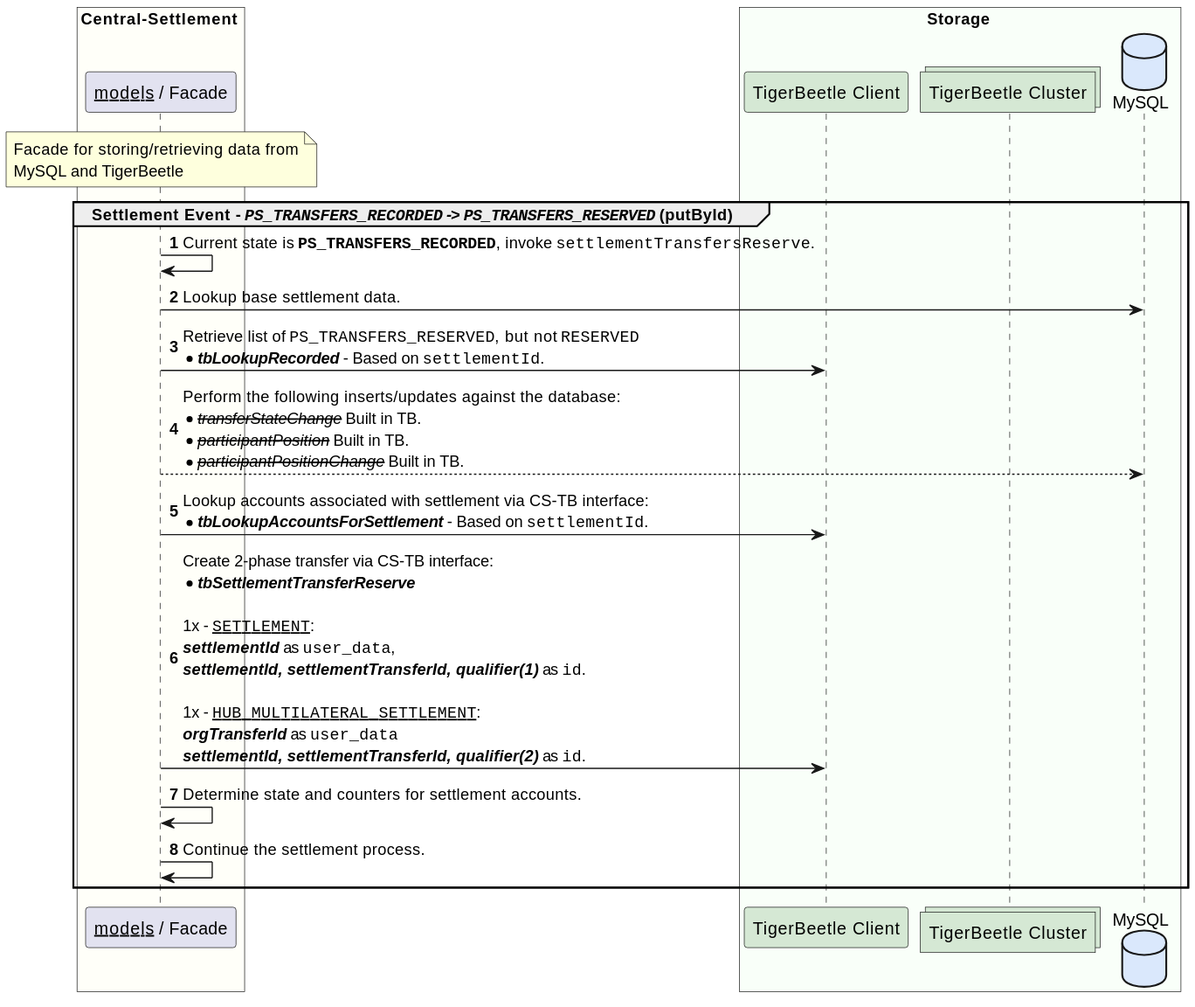
coilhq/mucoa keeps this PlantUML diagram as solution_design/sequence-settlement-tb-enabled-update-by-id-02.svg. Above is the earlier version. Source of this version:
```plantuml
@startuml

box Central-Settlement #FFFFF9
    participant "__models__ / Facade" as cs_facade

    note over cs_facade
        Facade for storing/retrieving data from
        MySQL and TigerBeetle
    end note
end box

box Storage #F9FFF9
	participant "TigerBeetle Client" as tb_client #D5E8D4
	collections "TigerBeetle Cluster" as tb_nodes #D5E8D4
	database "MySQL" as cl_db #DAE8FC
end box

autonumber
group Settlement Event - //""PS_TRANSFERS_RECORDED"" -> ""PS_TRANSFERS_RESERVED""// (putById)
    cs_facade -> cs_facade : Current state is **""PS_TRANSFERS_RECORDED""**, invoke ""settlementTransfersReserve"".
    cs_facade -> cl_db : Lookup base settlement data.
    cs_facade -> tb_client : Retrieve list of ""PS_TRANSFERS_RESERVED"", but not ""RESERVED""\n*//**tbLookupRecorded**// - Based on ""settlementId"".
    cs_facade --> cl_db : Perform the following inserts/updates against the database:\n*--//transferStateChange//-- Built in TB.\n*--//participantPosition//-- Built in TB.\n*--//participantPositionChange//-- Built in TB.
    cs_facade -> tb_client : Lookup accounts associated with settlement via CS-TB interface:\n*//**tbLookupAccountsForSettlement**// - Based on ""settlementId"".
    cs_facade -> tb_client : Create 2-phase transfer via CS-TB interface:\n*//**tbSettlementTransferReserve**//\n\n1x - __""SETTLEMENT""__:\n**//settlementId//** as ""user_data"", \n**//settlementId, settlementTransferId, qualifier(1)//** as ""id"".\n\n1x - __""HUB_MULTILATERAL_SETTLEMENT""__:\n**//orgTransferId//** as ""user_data""\n**//settlementId, settlementTransferId, qualifier(2)//** as ""id"".
    cs_facade -> cs_facade : Determine state and counters for settlement accounts.
    cs_facade -> cs_facade : Continue the settlement process.
end

@enduml
```
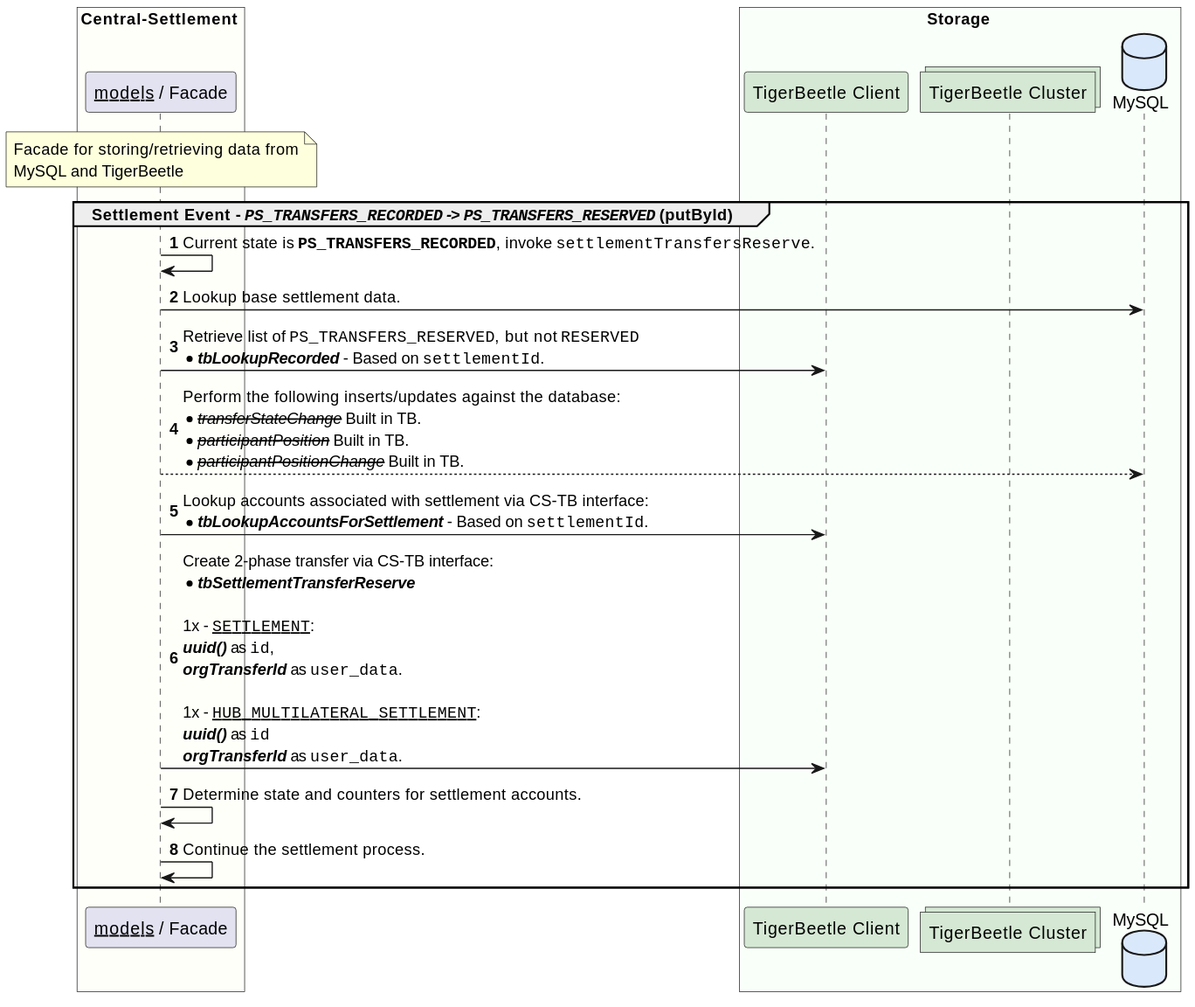
After the change.

Commit message:
Updated sequence diagrams for settlement. Each of the 3 states completed.

What changed in the source:
```diff
@@ -22,7 +22,7 @@
     cs_facade -> tb_client : Retrieve list of ""PS_TRANSFERS_RESERVED"", but not ""RESERVED""\n*//**tbLookupRecorded**// - Based on ""settlementId"".
     cs_facade --> cl_db : Perform the following inserts/updates against the database:\n*--//transferStateChange//-- Built in TB.\n*--//participantPosition//-- Built in TB.\n*--//participantPositionChange//-- Built in TB.
     cs_facade -> tb_client : Lookup accounts associated with settlement via CS-TB interface:\n*//**tbLookupAccountsForSettlement**// - Based on ""settlementId"".
-    cs_facade -> tb_client : Create 2-phase transfer via CS-TB interface:\n*//**tbSettlementTransferReserve**//\n\n1x - __""SETTLEMENT""__:\n**//settlementId//** as ""user_data"", \n**//settlementId, settlementTransferId, qualifier(1)//** as ""id"".\n\n1x - __""HUB_MULTILATERAL_SETTLEMENT""__:\n**//orgTransferId//** as ""user_data""\n**//settlementId, settlementTransferId, qualifier(2)//** as ""id"".
+    cs_facade -> tb_client : Create 2-phase transfer via CS-TB interface:\n*//**tbSettlementTransferReserve**//\n\n1x - __""SETTLEMENT""__:\n**//uuid()//** as ""id"",\n**//orgTransferId//** as ""user_data"".\n\n1x - __""HUB_MULTILATERAL_SETTLEMENT""__:\n**//uuid()//** as ""id""\n**//orgTransferId//** as ""user_data"".
     cs_facade -> cs_facade : Determine state and counters for settlement accounts.
     cs_facade -> cs_facade : Continue the settlement process.
 end
```
